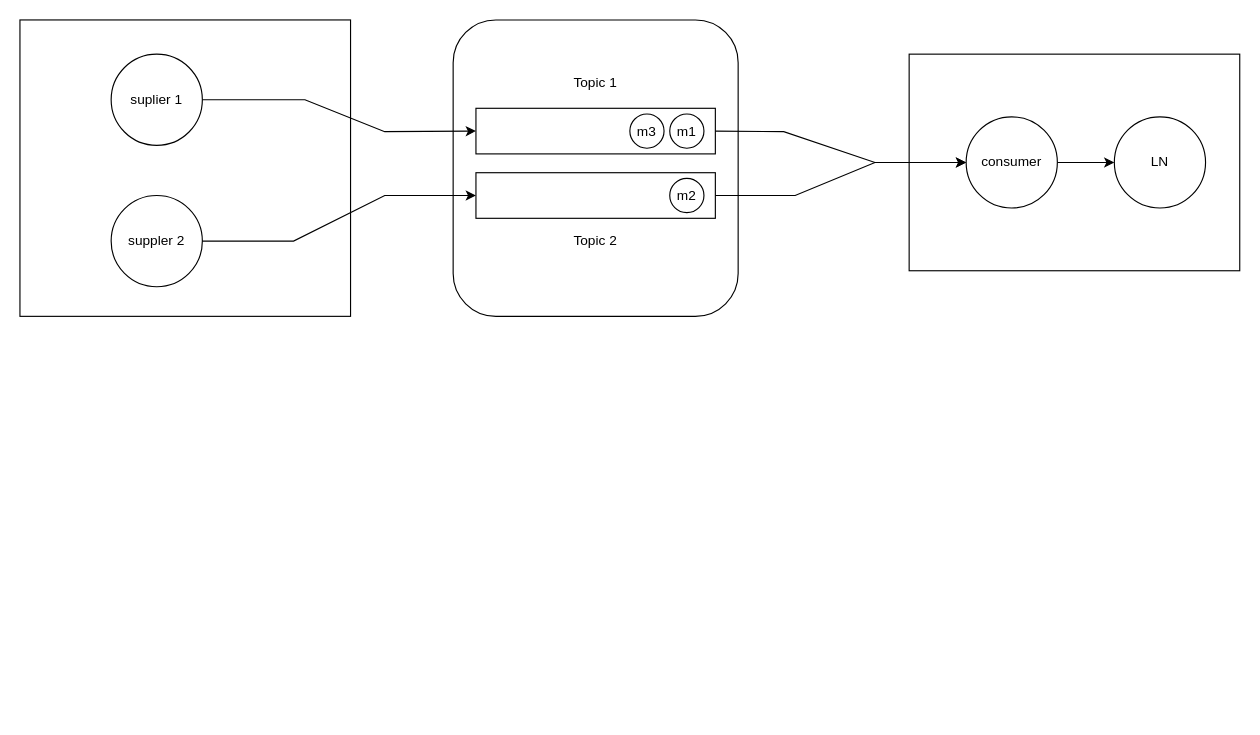
lrag/Spring_Cloud_Stream_Kafka keeps this draw.io diagram as page "Página-3" (3 of 6) of Diagramas.drawio. Above is the earlier version. Source tidied: cells renumbered, new cells numbered last; positions are measured from the earlier drawing's top-left corner, leaving out a move shared by most shapes. Both pictures are drawn from the tidied source at 114%, with x=0, y=0 at pixel (19, 19).
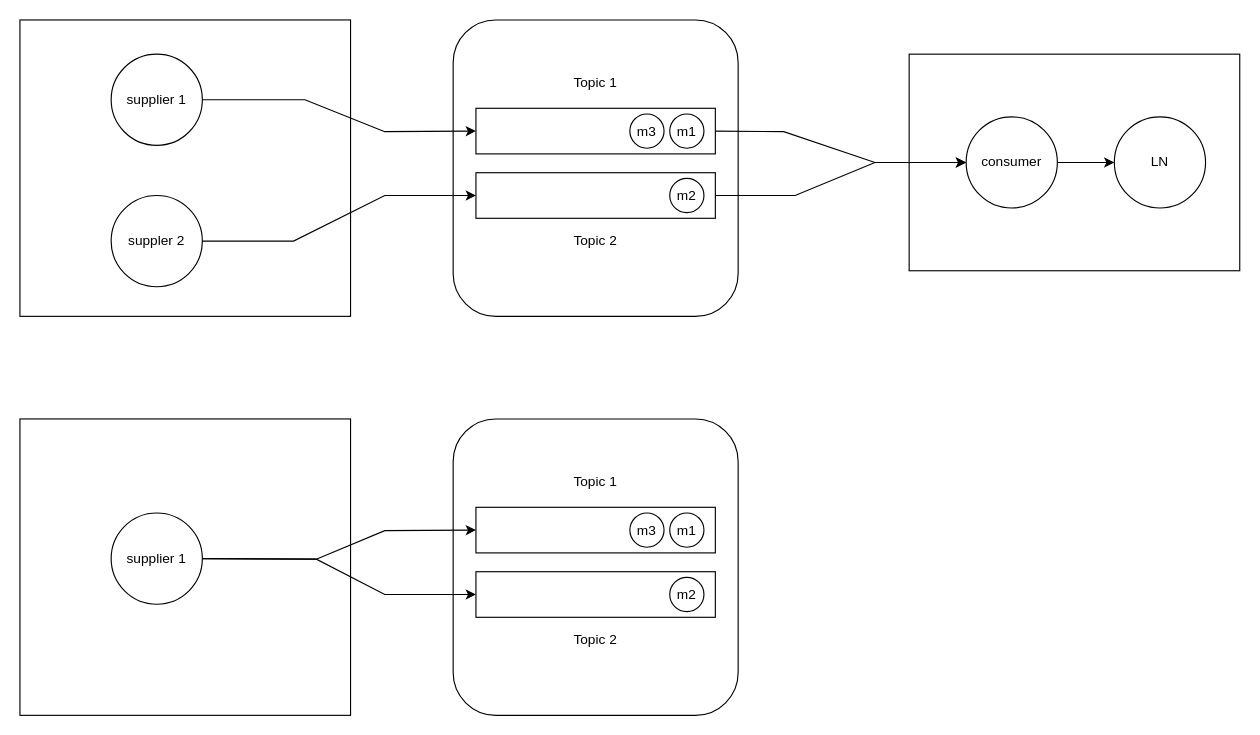
The same diagram, later.

The edit, as a diff of the source:
```diff
@@
-    <mxCell id="14" value="suplier 1" style="ellipse;whiteSpace=wrap;html=1;" parent="1" vertex="1">
+    <mxCell id="14" value="supplier 1" style="ellipse;whiteSpace=wrap;html=1;" parent="1" vertex="1">
       <mxGeometry x="80" y="30" width="80" height="80" as="geometry" />
     </mxCell>
@@
+    <mxCell id="21" style="rounded=1;whiteSpace=wrap;html=1;" parent="1" vertex="1">
+      <mxGeometry x="380" y="350" width="250" height="260" as="geometry" />
+    </mxCell>
+    <mxCell id="22" style="rounded=0;whiteSpace=wrap;html=1;" parent="1" vertex="1">
+      <mxGeometry x="400" y="427.5" width="210" height="40" as="geometry" />
+    </mxCell>
+    <mxCell id="23" style="rounded=0;whiteSpace=wrap;html=1;" parent="1" vertex="1">
+      <mxGeometry x="400" y="484" width="210" height="40" as="geometry" />
+    </mxCell>
+    <mxCell id="24" style="rounded=0;whiteSpace=wrap;html=1;" parent="1" vertex="1">
+      <mxGeometry y="350" width="290" height="260" as="geometry" />
+    </mxCell>
+    <mxCell id="25" style="edgeStyle=none;rounded=0;jettySize=auto;html=1;entryX=0;entryY=0.5;entryDx=0;entryDy=0;" parent="1" edge="1" source="26" target="22">
+      <mxGeometry relative="1" as="geometry">
+        <Array as="points">
+          <mxPoint x="260" y="473" />
+          <mxPoint x="320" y="448" />
+        </Array>
+      </mxGeometry>
+    </mxCell>
+    <mxCell id="26" value="supplier 1" style="ellipse;whiteSpace=wrap;html=1;" parent="1" vertex="1">
+      <mxGeometry x="80" y="432.5" width="80" height="80" as="geometry" />
+    </mxCell>
+    <mxCell id="27" style="endArrow=classic;html=1;rounded=0;exitX=1;exitY=0.5;exitDx=0;exitDy=0;entryX=0;entryY=0.5;entryDx=0;entryDy=0;" parent="1" edge="1" source="26" target="23">
+      <mxGeometry relative="1" as="geometry">
+        <Array as="points">
+          <mxPoint x="260" y="473" />
+          <mxPoint x="320" y="504" />
+        </Array>
+      </mxGeometry>
+    </mxCell>
+    <mxCell id="28" value="Topic 1" style="text;html=1;strokeColor=none;fillColor=none;align=center;verticalAlign=middle;whiteSpace=wrap;rounded=0;" parent="1" vertex="1">
+      <mxGeometry x="475" y="390" width="60" height="30" as="geometry" />
+    </mxCell>
+    <mxCell id="29" value="Topic 2" style="text;html=1;strokeColor=none;fillColor=none;align=center;verticalAlign=middle;whiteSpace=wrap;rounded=0;" parent="1" vertex="1">
+      <mxGeometry x="475" y="529" width="60" height="30" as="geometry" />
+    </mxCell>
+    <mxCell id="30" value="m1" style="ellipse;whiteSpace=wrap;html=1;" parent="1" vertex="1">
+      <mxGeometry x="570" y="432.5" width="30" height="30" as="geometry" />
+    </mxCell>
+    <mxCell id="31" value="m2" style="ellipse;whiteSpace=wrap;html=1;" parent="1" vertex="1">
+      <mxGeometry x="570" y="489" width="30" height="30" as="geometry" />
+    </mxCell>
+    <mxCell id="32" value="m3" style="ellipse;whiteSpace=wrap;html=1;" parent="1" vertex="1">
+      <mxGeometry x="535" y="432.5" width="30" height="30" as="geometry" />
+    </mxCell>
```
